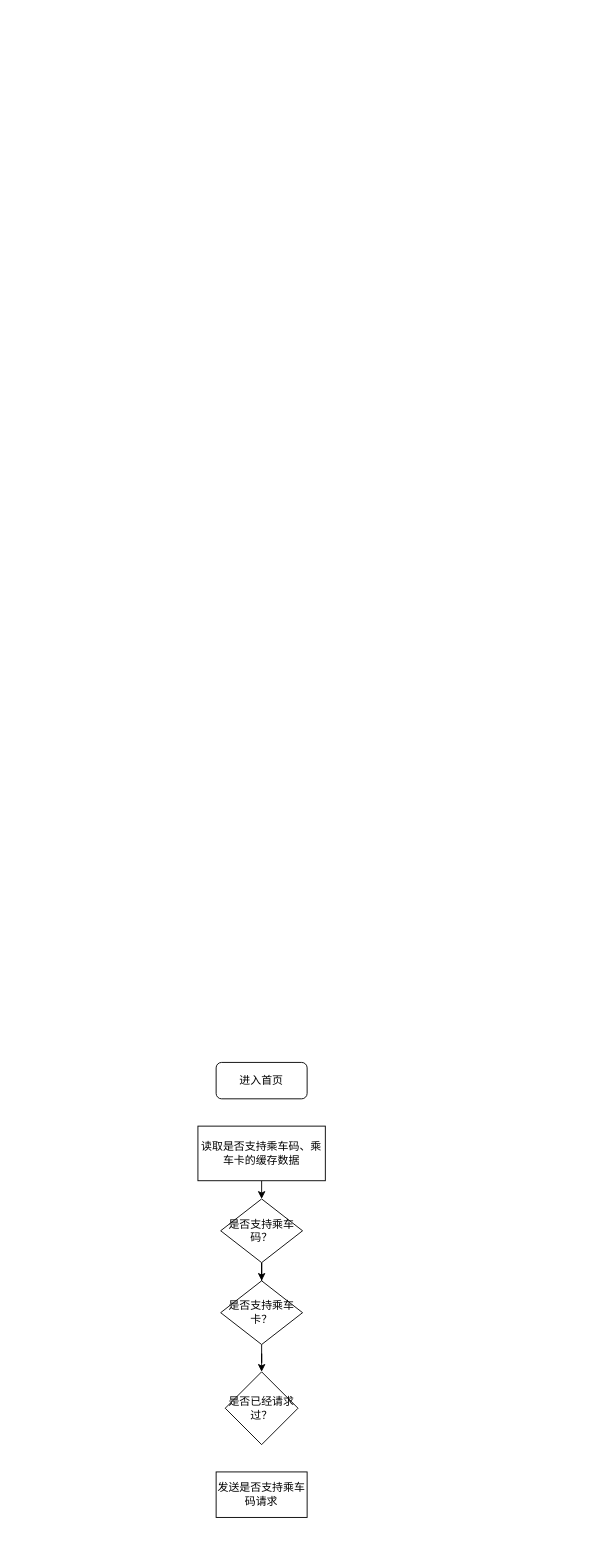
Earlier version of the draw.io diagram page "Page-6" (6 of 6) of SD-routeCalculate.drawio (hero640888/graphics). Source tidied: cells renumbered, new cells numbered last; positions are measured from the earlier drawing's top-left corner, leaving out a move shared by most shapes. Both pictures are drawn from the tidied source at 91%, with x=0, y=0 at pixel (197, 1062).
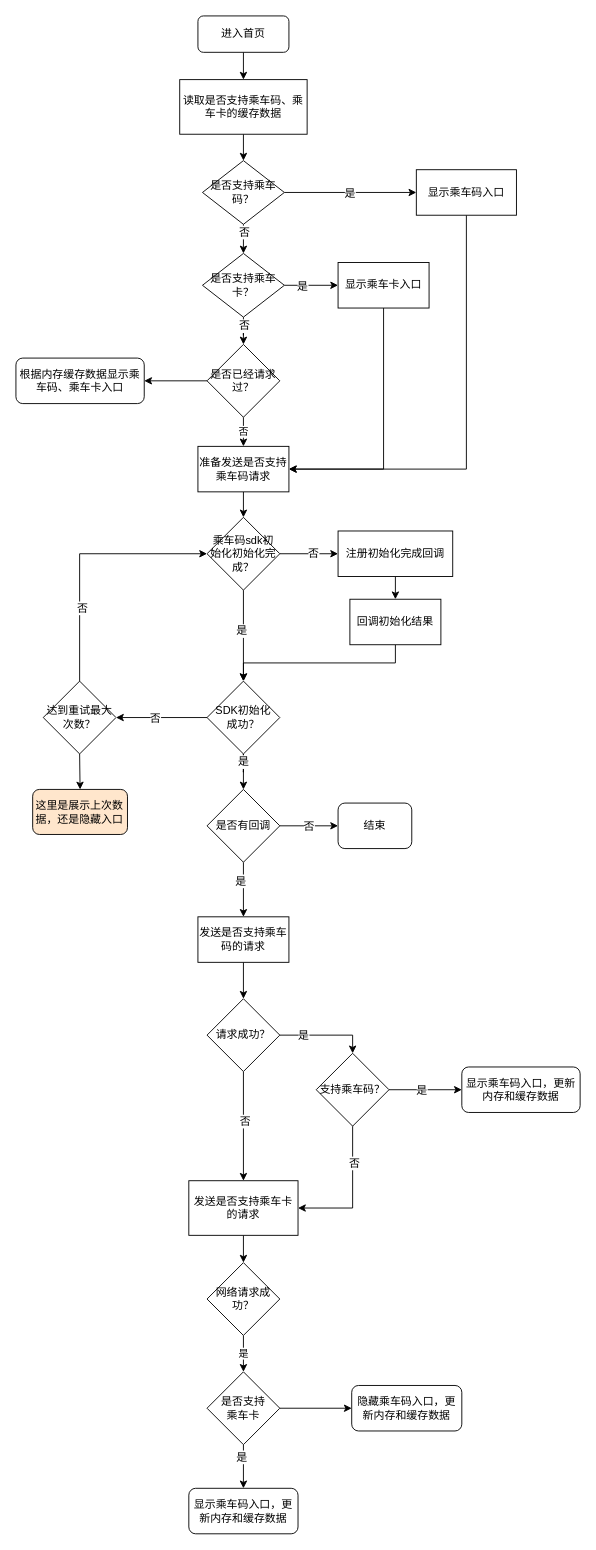
After the change.

Unchanged cells that the change refers to:
```xml
<mxCell id="7" style="edgeStyle=orthogonalEdgeStyle;rounded=0;jettySize=auto;html=1;exitX=0.5;exitY=1;exitDx=0;exitDy=0;" parent="1" edge="1" source="8" target="9">
  <mxGeometry relative="1" as="geometry" />
</mxCell>
```

Diff of the diagram source:
```diff
@@
+    <mxCell id="11" style="edgeStyle=orthogonalEdgeStyle;rounded=0;jettySize=auto;html=1;exitX=0.5;exitY=1;exitDx=0;exitDy=0;entryX=0.5;entryY=0;entryDx=0;entryDy=0;" parent="1" edge="1" source="2" target="4">
+      <mxGeometry relative="1" as="geometry" />
+    </mxCell>
     <mxCell id="2" value="进入首页" style="rounded=1;whiteSpace=wrap;html=1;" parent="1" vertex="1">
-      <mxGeometry x="20" width="100" height="40" as="geometry" />
+      <mxGeometry y="-1150" width="100" height="40" as="geometry" />
     </mxCell>
@@
     <mxCell id="4" value="读取是否支持乘车码、乘车卡的缓存数据" style="rounded=0;whiteSpace=wrap;html=1;" parent="1" vertex="1">
-      <mxGeometry y="70" width="140" height="60" as="geometry" />
+      <mxGeometry x="-20" y="-1080" width="140" height="60" as="geometry" />
     </mxCell>
-    <mxCell id="5" style="edgeStyle=orthogonalEdgeStyle;rounded=0;jettySize=auto;html=1;exitX=0.5;exitY=1;exitDx=0;exitDy=0;" parent="1" edge="1" source="6" target="8">
+    <mxCell id="5" style="edgeStyle=orthogonalEdgeStyle;rounded=0;jettySize=auto;html=1;exitX=0.5;exitY=1;exitDx=0;exitDy=0;entryX=0.5;entryY=0;entryDx=0;entryDy=0;" parent="1" edge="1" source="6" target="8">
       <mxGeometry relative="1" as="geometry" />
     </mxCell>
+    <mxCell id="12" value="否" style="text;html=1;align=center;verticalAlign=middle;labelBackgroundColor=#ffffff;" parent="5" vertex="1">
+      <mxGeometry x="-0.5" relative="1" as="geometry" />
+    </mxCell>
+    <mxCell id="13" style="edgeStyle=orthogonalEdgeStyle;rounded=0;jettySize=auto;html=1;exitX=1;exitY=0.5;exitDx=0;exitDy=0;entryX=0;entryY=0.5;entryDx=0;entryDy=0;" parent="1" edge="1" source="6" target="29">
+      <mxGeometry relative="1" as="geometry" />
+    </mxCell>
+    <mxCell id="14" value="是" style="text;html=1;align=center;verticalAlign=middle;labelBackgroundColor=#ffffff;" parent="13" vertex="1">
+      <mxGeometry x="-0.02" y="-1" relative="1" as="geometry" />
+    </mxCell>
     <mxCell id="6" value="是否支持乘车码？" style="rhombus;whiteSpace=wrap;html=1;" parent="1" vertex="1">
-      <mxGeometry x="25" y="150" width="90" height="70" as="geometry" />
+      <mxGeometry x="5" y="-991" width="90" height="70" as="geometry" />
     </mxCell>
@@
+    <mxCell id="15" value="否" style="text;html=1;align=center;verticalAlign=middle;labelBackgroundColor=#ffffff;" parent="7" vertex="1">
+      <mxGeometry x="0.2" y="1" relative="1" as="geometry">
+        <mxPoint x="-1" y="-1" as="offset" />
+      </mxGeometry>
+    </mxCell>
+    <mxCell id="16" style="edgeStyle=orthogonalEdgeStyle;rounded=0;jettySize=auto;html=1;exitX=1;exitY=0.5;exitDx=0;exitDy=0;entryX=0;entryY=0.5;entryDx=0;entryDy=0;" parent="1" edge="1" source="8" target="31">
+      <mxGeometry relative="1" as="geometry" />
+    </mxCell>
+    <mxCell id="17" value="是" style="text;html=1;align=center;verticalAlign=middle;labelBackgroundColor=#ffffff;" parent="16" vertex="1">
+      <mxGeometry x="-0.36" y="-1" relative="1" as="geometry" />
+    </mxCell>
     <mxCell id="8" value="是否支持乘车卡？" style="rhombus;whiteSpace=wrap;html=1;" parent="1" vertex="1">
-      <mxGeometry x="25" y="240" width="90" height="70" as="geometry" />
+      <mxGeometry x="5" y="-889" width="90" height="70" as="geometry" />
     </mxCell>
+    <mxCell id="18" value="否" style="edgeStyle=orthogonalEdgeStyle;rounded=0;jettySize=auto;html=1;exitX=0.5;exitY=1;exitDx=0;exitDy=0;entryX=0.5;entryY=0;entryDx=0;entryDy=0;" parent="1" edge="1" source="9" target="10">
+      <mxGeometry relative="1" as="geometry" />
+    </mxCell>
+    <mxCell id="19" style="edgeStyle=orthogonalEdgeStyle;rounded=0;jettySize=auto;html=1;exitX=0;exitY=0.5;exitDx=0;exitDy=0;entryX=1;entryY=0.5;entryDx=0;entryDy=0;" parent="1" edge="1" source="9" target="69">
+      <mxGeometry relative="1" as="geometry" />
+    </mxCell>
     <mxCell id="9" value="是否已经请求过？" style="rhombus;whiteSpace=wrap;html=1;" parent="1" vertex="1">
-      <mxGeometry x="30" y="340" width="80" height="80" as="geometry" />
+      <mxGeometry x="10" y="-789" width="80" height="80" as="geometry" />
     </mxCell>
+    <mxCell id="20" style="edgeStyle=orthogonalEdgeStyle;rounded=0;jettySize=auto;html=1;exitX=0.5;exitY=1;exitDx=0;exitDy=0;entryX=0.5;entryY=0;entryDx=0;entryDy=0;" parent="1" edge="1" source="10" target="25">
+      <mxGeometry relative="1" as="geometry" />
+    </mxCell>
-    <mxCell id="10" value="发送是否支持乘车码请求" style="rounded=0;whiteSpace=wrap;html=1;" parent="1" vertex="1">
-      <mxGeometry x="20" y="450" width="100" height="50" as="geometry" />
+    <mxCell id="10" value="准备发送是否支持乘车码请求" style="rounded=0;whiteSpace=wrap;html=1;" parent="1" vertex="1">
+      <mxGeometry y="-677" width="100" height="50" as="geometry" />
     </mxCell>
+    <mxCell id="21" style="edgeStyle=orthogonalEdgeStyle;rounded=0;jettySize=auto;html=1;exitX=0.5;exitY=1;exitDx=0;exitDy=0;entryX=0.5;entryY=0;entryDx=0;entryDy=0;" parent="1" edge="1" source="25" target="39">
+      <mxGeometry relative="1" as="geometry" />
+    </mxCell>
+    <mxCell id="22" value="是" style="text;html=1;align=center;verticalAlign=middle;labelBackgroundColor=#ffffff;" parent="21" vertex="1">
+      <mxGeometry x="-0.13" y="-3" relative="1" as="geometry" />
+    </mxCell>
+    <mxCell id="23" style="edgeStyle=orthogonalEdgeStyle;rounded=0;jettySize=auto;html=1;exitX=1;exitY=0.5;exitDx=0;exitDy=0;entryX=0;entryY=0.5;entryDx=0;entryDy=0;" parent="1" edge="1" source="25" target="27">
+      <mxGeometry relative="1" as="geometry" />
+    </mxCell>
+    <mxCell id="24" value="否" style="text;html=1;align=center;verticalAlign=middle;labelBackgroundColor=#ffffff;" parent="23" vertex="1">
+      <mxGeometry x="0.12" y="1" relative="1" as="geometry" />
+    </mxCell>
+    <mxCell id="25" value="乘车码sdk初始化初始化完成？" style="rhombus;whiteSpace=wrap;html=1;" parent="1" vertex="1">
+      <mxGeometry x="10" y="-599" width="80" height="80" as="geometry" />
+    </mxCell>
+    <mxCell id="26" style="edgeStyle=orthogonalEdgeStyle;rounded=0;jettySize=auto;html=1;exitX=0.5;exitY=1;exitDx=0;exitDy=0;entryX=0.5;entryY=0;entryDx=0;entryDy=0;" parent="1" edge="1" source="27" target="33">
+      <mxGeometry relative="1" as="geometry" />
+    </mxCell>
+    <mxCell id="27" value="注册初始化完成回调" style="rounded=0;whiteSpace=wrap;html=1;" parent="1" vertex="1">
+      <mxGeometry x="154" y="-584" width="126" height="50" as="geometry" />
+    </mxCell>
+    <mxCell id="28" style="edgeStyle=orthogonalEdgeStyle;rounded=0;jettySize=auto;html=1;exitX=0.5;exitY=1;exitDx=0;exitDy=0;entryX=1;entryY=0.5;entryDx=0;entryDy=0;" parent="1" edge="1" source="29" target="10">
+      <mxGeometry relative="1" as="geometry" />
+    </mxCell>
+    <mxCell id="29" value="显示乘车码入口" style="rounded=0;whiteSpace=wrap;html=1;" parent="1" vertex="1">
+      <mxGeometry x="240" y="-981" width="110" height="50" as="geometry" />
+    </mxCell>
+    <mxCell id="30" style="edgeStyle=orthogonalEdgeStyle;rounded=0;jettySize=auto;html=1;exitX=0.5;exitY=1;exitDx=0;exitDy=0;entryX=1;entryY=0.5;entryDx=0;entryDy=0;" parent="1" edge="1" source="31" target="10">
+      <mxGeometry relative="1" as="geometry" />
+    </mxCell>
+    <mxCell id="31" value="显示乘车卡入口" style="rounded=0;whiteSpace=wrap;html=1;" parent="1" vertex="1">
+      <mxGeometry x="154" y="-879" width="100" height="50" as="geometry" />
+    </mxCell>
+    <mxCell id="32" style="edgeStyle=orthogonalEdgeStyle;rounded=0;jettySize=auto;html=1;exitX=0.5;exitY=1;exitDx=0;exitDy=0;entryX=0.5;entryY=0;entryDx=0;entryDy=0;" parent="1" edge="1" source="33" target="39">
+      <mxGeometry relative="1" as="geometry" />
+    </mxCell>
+    <mxCell id="33" value="回调初始化结果" style="rounded=0;whiteSpace=wrap;html=1;" parent="1" vertex="1">
+      <mxGeometry x="167" y="-509" width="100" height="50" as="geometry" />
+    </mxCell>
+    <mxCell id="34" style="edgeStyle=orthogonalEdgeStyle;rounded=0;jettySize=auto;html=1;exitX=0.5;exitY=1;exitDx=0;exitDy=0;entryX=0.5;entryY=0;entryDx=0;entryDy=0;" parent="1" edge="1" source="39">
+      <mxGeometry relative="1" as="geometry">
+        <mxPoint x="50" y="-379" as="targetPoint" />
+      </mxGeometry>
+    </mxCell>
+    <mxCell id="35" style="edgeStyle=orthogonalEdgeStyle;rounded=0;jettySize=auto;html=1;exitX=0.5;exitY=1;exitDx=0;exitDy=0;" parent="1" edge="1" source="39" target="67">
+      <mxGeometry relative="1" as="geometry" />
+    </mxCell>
+    <mxCell id="36" value="是" style="text;html=1;align=center;verticalAlign=middle;labelBackgroundColor=#ffffff;" parent="35" vertex="1">
+      <mxGeometry x="-0.59" y="-1" relative="1" as="geometry" />
+    </mxCell>
+    <mxCell id="37" style="edgeStyle=orthogonalEdgeStyle;rounded=0;jettySize=auto;html=1;exitX=0;exitY=0.5;exitDx=0;exitDy=0;entryX=1;entryY=0.5;entryDx=0;entryDy=0;" parent="1" edge="1" source="39" target="73">
+      <mxGeometry relative="1" as="geometry" />
+    </mxCell>
+    <mxCell id="38" value="否" style="text;html=1;align=center;verticalAlign=middle;labelBackgroundColor=#ffffff;" parent="37" vertex="1">
+      <mxGeometry x="0.4" y="-3" relative="1" as="geometry">
+        <mxPoint x="12" y="3" as="offset" />
+      </mxGeometry>
+    </mxCell>
+    <mxCell id="39" value="SDK初始化&lt;br&gt;成功？" style="rhombus;whiteSpace=wrap;html=1;" parent="1" vertex="1">
+      <mxGeometry x="10" y="-419" width="80" height="80" as="geometry" />
+    </mxCell>
+    <mxCell id="40" style="edgeStyle=orthogonalEdgeStyle;rounded=0;jettySize=auto;html=1;exitX=0.5;exitY=1;exitDx=0;exitDy=0;entryX=0.5;entryY=0;entryDx=0;entryDy=0;" parent="1" edge="1" source="41" target="46">
+      <mxGeometry relative="1" as="geometry" />
+    </mxCell>
+    <mxCell id="41" value="发送是否支持乘车码的请求" style="rounded=0;whiteSpace=wrap;html=1;" parent="1" vertex="1">
+      <mxGeometry y="-160" width="100" height="50" as="geometry" />
+    </mxCell>
+    <mxCell id="42" style="edgeStyle=orthogonalEdgeStyle;rounded=0;jettySize=auto;html=1;exitX=1;exitY=0.5;exitDx=0;exitDy=0;entryX=0.5;entryY=0;entryDx=0;entryDy=0;" parent="1" edge="1" source="46" target="51">
+      <mxGeometry relative="1" as="geometry" />
+    </mxCell>
+    <mxCell id="43" value="是" style="text;html=1;align=center;verticalAlign=middle;labelBackgroundColor=#ffffff;" parent="42" vertex="1">
+      <mxGeometry x="-0.5" relative="1" as="geometry" />
+    </mxCell>
+    <mxCell id="44" style="edgeStyle=orthogonalEdgeStyle;rounded=0;jettySize=auto;html=1;exitX=0.5;exitY=1;exitDx=0;exitDy=0;" parent="1" edge="1" source="46" target="54">
+      <mxGeometry relative="1" as="geometry" />
+    </mxCell>
+    <mxCell id="45" value="否" style="text;html=1;align=center;verticalAlign=middle;labelBackgroundColor=#ffffff;" parent="44" vertex="1">
+      <mxGeometry x="-0.1" y="1" relative="1" as="geometry" />
+    </mxCell>
+    <mxCell id="46" value="请求成功？" style="rhombus;whiteSpace=wrap;html=1;" parent="1" vertex="1">
+      <mxGeometry x="10" y="-70" width="80" height="80" as="geometry" />
+    </mxCell>
+    <mxCell id="47" style="edgeStyle=orthogonalEdgeStyle;rounded=0;jettySize=auto;html=1;exitX=1;exitY=0.5;exitDx=0;exitDy=0;entryX=0;entryY=0.5;entryDx=0;entryDy=0;" parent="1" edge="1" source="51" target="52">
+      <mxGeometry relative="1" as="geometry" />
+    </mxCell>
+    <mxCell id="48" value="是" style="text;html=1;align=center;verticalAlign=middle;labelBackgroundColor=#ffffff;" parent="47" vertex="1">
+      <mxGeometry x="-0.12" relative="1" as="geometry" />
+    </mxCell>
+    <mxCell id="49" style="edgeStyle=orthogonalEdgeStyle;rounded=0;jettySize=auto;html=1;exitX=0.5;exitY=1;exitDx=0;exitDy=0;entryX=1;entryY=0.5;entryDx=0;entryDy=0;" parent="1" edge="1" source="51" target="54">
+      <mxGeometry relative="1" as="geometry" />
+    </mxCell>
+    <mxCell id="50" value="否" style="text;html=1;align=center;verticalAlign=middle;labelBackgroundColor=#ffffff;" parent="49" vertex="1">
+      <mxGeometry x="-0.47" y="1" relative="1" as="geometry" />
+    </mxCell>
+    <mxCell id="51" value="支持乘车码？" style="rhombus;whiteSpace=wrap;html=1;" parent="1" vertex="1">
+      <mxGeometry x="130" y="-10" width="80" height="80" as="geometry" />
+    </mxCell>
+    <mxCell id="52" value="显示乘车码入口，更新内存和缓存数据" style="rounded=1;whiteSpace=wrap;html=1;" parent="1" vertex="1">
+      <mxGeometry x="290" y="5" width="130" height="50" as="geometry" />
+    </mxCell>
+    <mxCell id="53" style="edgeStyle=orthogonalEdgeStyle;rounded=0;jettySize=auto;html=1;exitX=0.5;exitY=1;exitDx=0;exitDy=0;entryX=0.5;entryY=0;entryDx=0;entryDy=0;" parent="1" edge="1" source="54" target="56">
+      <mxGeometry relative="1" as="geometry" />
+    </mxCell>
+    <mxCell id="54" value="发送是否支持乘车卡的请求" style="rounded=0;whiteSpace=wrap;html=1;" parent="1" vertex="1">
+      <mxGeometry x="-10" y="130" width="120" height="60" as="geometry" />
+    </mxCell>
+    <mxCell id="55" value="是" style="edgeStyle=orthogonalEdgeStyle;rounded=0;jettySize=auto;html=1;exitX=0.5;exitY=1;exitDx=0;exitDy=0;entryX=0.5;entryY=0;entryDx=0;entryDy=0;" parent="1" edge="1" source="56" target="60">
+      <mxGeometry relative="1" as="geometry" />
+    </mxCell>
+    <mxCell id="56" value="网络请求成功？" style="rhombus;whiteSpace=wrap;html=1;" parent="1" vertex="1">
+      <mxGeometry x="10" y="220" width="80" height="80" as="geometry" />
+    </mxCell>
+    <mxCell id="57" style="edgeStyle=orthogonalEdgeStyle;rounded=0;jettySize=auto;html=1;exitX=0.5;exitY=1;exitDx=0;exitDy=0;entryX=0.5;entryY=0;entryDx=0;entryDy=0;" parent="1" edge="1" source="60" target="61">
+      <mxGeometry relative="1" as="geometry" />
+    </mxCell>
+    <mxCell id="58" value="是" style="text;html=1;align=center;verticalAlign=middle;labelBackgroundColor=#ffffff;" parent="57" vertex="1">
+      <mxGeometry x="-0.47" y="-3" relative="1" as="geometry" />
+    </mxCell>
+    <mxCell id="59" style="edgeStyle=orthogonalEdgeStyle;rounded=0;jettySize=auto;html=1;exitX=1;exitY=0.5;exitDx=0;exitDy=0;entryX=0;entryY=0.5;entryDx=0;entryDy=0;" parent="1" edge="1" source="60" target="62">
+      <mxGeometry relative="1" as="geometry" />
+    </mxCell>
+    <mxCell id="60" value="是否支持&lt;br&gt;乘车卡" style="rhombus;whiteSpace=wrap;html=1;" parent="1" vertex="1">
+      <mxGeometry x="10" y="340" width="80" height="80" as="geometry" />
+    </mxCell>
+    <mxCell id="61" value="显示乘车码入口，更新内存和缓存数据" style="rounded=1;whiteSpace=wrap;html=1;" parent="1" vertex="1">
+      <mxGeometry x="-10" y="468" width="120" height="50" as="geometry" />
+    </mxCell>
+    <mxCell id="62" value="隐藏乘车码入口，更新内存和缓存数据" style="rounded=1;whiteSpace=wrap;html=1;" parent="1" vertex="1">
+      <mxGeometry x="169" y="355" width="121" height="50" as="geometry" />
+    </mxCell>
+    <mxCell id="63" style="edgeStyle=orthogonalEdgeStyle;rounded=0;jettySize=auto;html=1;exitX=0.5;exitY=1;exitDx=0;exitDy=0;entryX=0.5;entryY=0;entryDx=0;entryDy=0;" parent="1" edge="1" source="67" target="41">
+      <mxGeometry relative="1" as="geometry" />
+    </mxCell>
+    <mxCell id="64" value="是" style="text;html=1;align=center;verticalAlign=middle;labelBackgroundColor=#ffffff;" parent="63" vertex="1">
+      <mxGeometry x="-0.35" y="-4" relative="1" as="geometry" />
+    </mxCell>
+    <mxCell id="65" style="edgeStyle=orthogonalEdgeStyle;rounded=0;jettySize=auto;html=1;exitX=1;exitY=0.5;exitDx=0;exitDy=0;" parent="1" edge="1" source="67" target="68">
+      <mxGeometry relative="1" as="geometry" />
+    </mxCell>
+    <mxCell id="66" value="否" style="text;html=1;align=center;verticalAlign=middle;labelBackgroundColor=#ffffff;" parent="65" vertex="1">
+      <mxGeometry x="-0.03" relative="1" as="geometry" />
+    </mxCell>
+    <mxCell id="67" value="是否有回调" style="rhombus;whiteSpace=wrap;html=1;" parent="1" vertex="1">
+      <mxGeometry x="10" y="-300" width="80" height="80" as="geometry" />
+    </mxCell>
+    <mxCell id="68" value="结束" style="rounded=1;whiteSpace=wrap;html=1;" parent="1" vertex="1">
+      <mxGeometry x="154" y="-285" width="81" height="50" as="geometry" />
+    </mxCell>
+    <mxCell id="69" value="根据内存缓存数据显示乘车码、乘车卡入口" style="rounded=1;whiteSpace=wrap;html=1;" parent="1" vertex="1">
+      <mxGeometry x="-200" y="-774" width="141" height="50" as="geometry" />
+    </mxCell>
+    <mxCell id="70" style="edgeStyle=orthogonalEdgeStyle;rounded=0;jettySize=auto;html=1;exitX=0.5;exitY=0;exitDx=0;exitDy=0;entryX=0;entryY=0.5;entryDx=0;entryDy=0;" parent="1" edge="1" source="73" target="25">
+      <mxGeometry relative="1" as="geometry" />
+    </mxCell>
+    <mxCell id="71" value="否" style="text;html=1;align=center;verticalAlign=middle;labelBackgroundColor=#ffffff;" parent="70" vertex="1">
+      <mxGeometry x="-0.42" y="-2" relative="1" as="geometry" />
+    </mxCell>
+    <mxCell id="72" style="edgeStyle=orthogonalEdgeStyle;rounded=0;jettySize=auto;html=1;exitX=0.5;exitY=1;exitDx=0;exitDy=0;entryX=0.5;entryY=0;entryDx=0;entryDy=0;" parent="1" edge="1" source="73" target="74">
+      <mxGeometry relative="1" as="geometry" />
+    </mxCell>
+    <mxCell id="73" value="达到重试最大次数？" style="rhombus;whiteSpace=wrap;html=1;" parent="1" vertex="1">
+      <mxGeometry x="-170" y="-419" width="80" height="80" as="geometry" />
+    </mxCell>
+    <mxCell id="74" value="这里是展示上次数据，还是隐藏入口" style="rounded=1;whiteSpace=wrap;html=1;fillColor=#FFE6CC;" parent="1" vertex="1">
+      <mxGeometry x="-181.6" y="-300" width="104.2" height="49.5" as="geometry" />
+    </mxCell>
```
